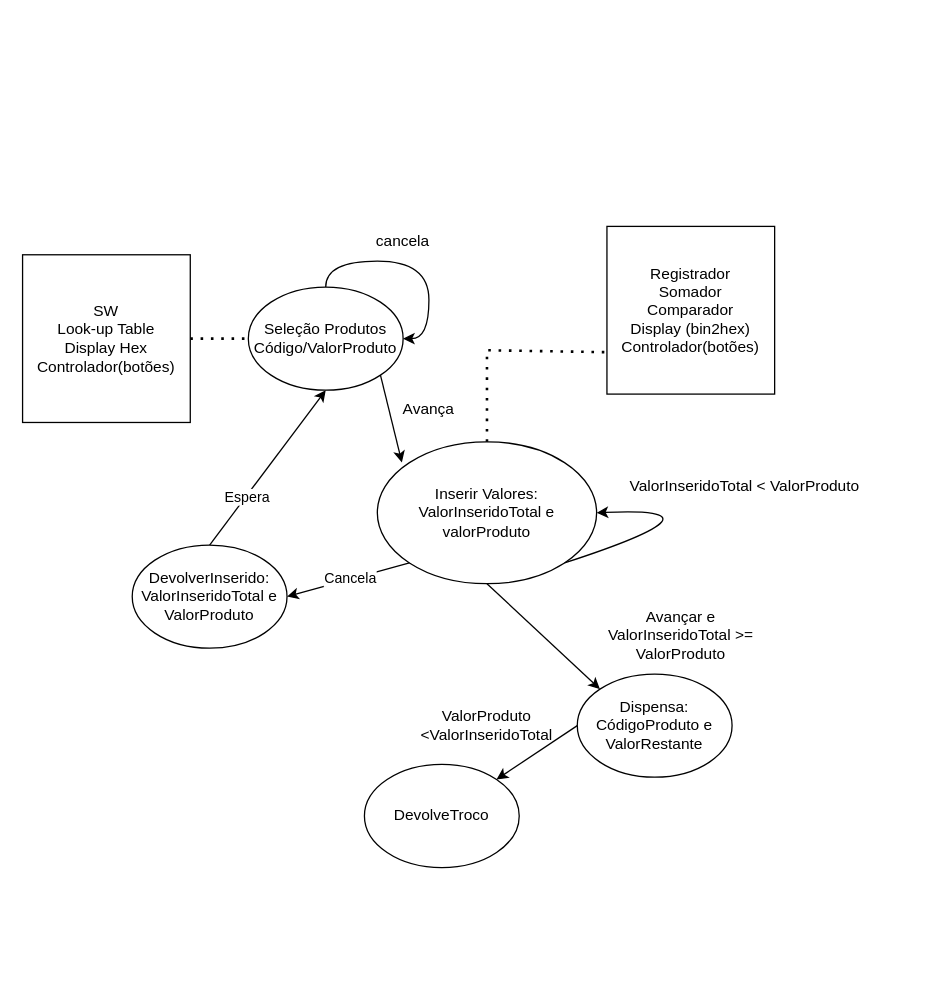
caio-unicamp/MC613_Best_Group keeps this draw.io diagram as P1/diagramaDoFrare.drawio. Above is the earlier version. Source tidied: cells renumbered, new cells numbered last; positions are measured from the earlier drawing's top-left corner, leaving out a move shared by most shapes. Both pictures are drawn from the tidied source at 129%, with x=0, y=0 at pixel (22, 222).
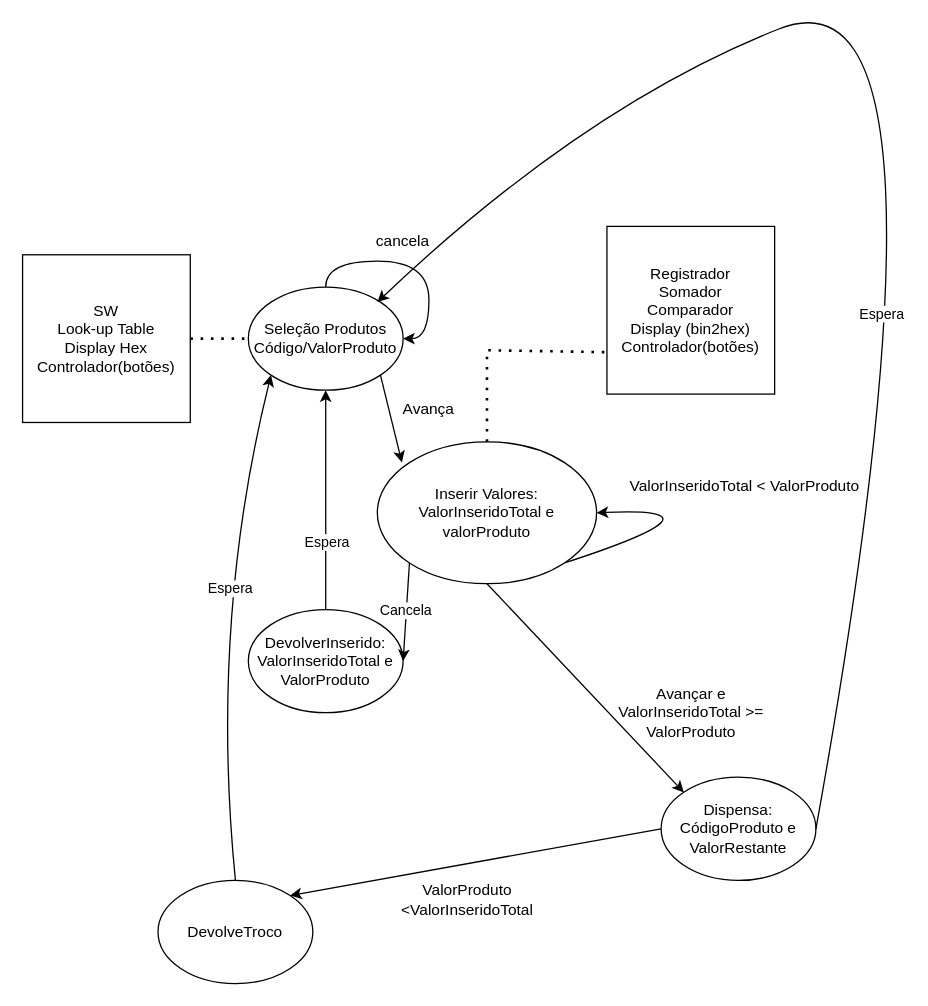
Above is the later version.

The change refers to these unchanged cells:
```xml
<mxCell id="2" value="&lt;div&gt;Seleção Produtos&lt;/div&gt;Código/ValorProduto" style="ellipse;whiteSpace=wrap;html=1;" parent="1" vertex="1">
  <mxGeometry x="175" y="50" width="120" height="80" as="geometry" />
</mxCell>
```

The edit, as a diff of the source:
```diff
@@
     <mxCell id="10" value="&lt;div&gt;Dispensa:&lt;/div&gt;&lt;div&gt;CódigoProduto e&lt;/div&gt;&lt;div&gt;ValorRestante&lt;/div&gt;" style="ellipse;whiteSpace=wrap;html=1;" parent="1" vertex="1">
-      <mxGeometry x="430" y="350" width="120" height="80" as="geometry" />
+      <mxGeometry x="495" y="430" width="120" height="80" as="geometry" />
     </mxCell>
@@
     <mxCell id="12" value="Avançar e ValorInseridoTotal &amp;gt;= ValorProduto" style="text;html=1;whiteSpace=wrap;strokeColor=none;fillColor=none;align=center;verticalAlign=middle;rounded=0;" parent="1" vertex="1">
-      <mxGeometry x="438" y="300" width="145" height="40" as="geometry" />
+      <mxGeometry x="445.5" y="360" width="145" height="40" as="geometry" />
     </mxCell>
     <mxCell id="13" value="DevolveTroco" style="ellipse;whiteSpace=wrap;html=1;" parent="1" vertex="1">
-      <mxGeometry x="265" y="420" width="120" height="80" as="geometry" />
+      <mxGeometry x="105" y="510" width="120" height="80" as="geometry" />
     </mxCell>
@@
     <mxCell id="15" value="ValorProduto &amp;lt;ValorInseridoTotal" style="text;html=1;whiteSpace=wrap;strokeColor=none;fillColor=none;align=center;verticalAlign=middle;rounded=0;" parent="1" vertex="1">
-      <mxGeometry x="300" y="375" width="120" height="30" as="geometry" />
+      <mxGeometry x="285" y="510" width="120" height="30" as="geometry" />
     </mxCell>
@@
     <mxCell id="20" value="&lt;div&gt;DevolverInserido:&lt;/div&gt;&lt;div&gt;ValorInseridoTotal e&lt;/div&gt;&lt;div&gt;ValorProduto&lt;/div&gt;" style="ellipse;whiteSpace=wrap;html=1;" parent="1" vertex="1">
-      <mxGeometry x="85" y="250" width="120" height="80" as="geometry" />
+      <mxGeometry x="175" y="300" width="120" height="80" as="geometry" />
     </mxCell>
@@
+    <mxCell id="25" style="endArrow=classic;html=1;rounded=0;exitX=0.5;exitY=0;exitDx=0;exitDy=0;entryX=0;entryY=1;entryDx=0;entryDy=0;curved=1;" parent="1" edge="1" source="13" target="2">
+      <mxGeometry relative="1" as="geometry">
+        <Array as="points">
+          <mxPoint x="145" y="310" />
+        </Array>
+      </mxGeometry>
+    </mxCell>
+    <mxCell id="26" value="Espera" style="edgeLabel;html=1;align=center;verticalAlign=middle;" parent="25" vertex="1">
+      <mxGeometry x="0.16" y="-9" relative="1" as="geometry" />
+    </mxCell>
+    <mxCell id="27" style="endArrow=classic;html=1;rounded=0;exitX=1;exitY=0.5;exitDx=0;exitDy=0;entryX=0;entryY=0;entryDx=0;entryDy=0;curved=1;" parent="1" edge="1" source="10">
+      <mxGeometry relative="1" as="geometry">
+        <mxPoint x="275" y="61.7" as="targetPoint" />
+        <Array as="points">
+          <mxPoint x="737.4" y="-210" />
+          <mxPoint x="435" y="-90" />
+        </Array>
+      </mxGeometry>
+    </mxCell>
+    <mxCell id="28" value="Espera" style="edgeLabel;html=1;align=center;verticalAlign=middle;" parent="27" vertex="1">
+      <mxGeometry x="-0.35" y="21" relative="1" as="geometry" />
+    </mxCell>
```
